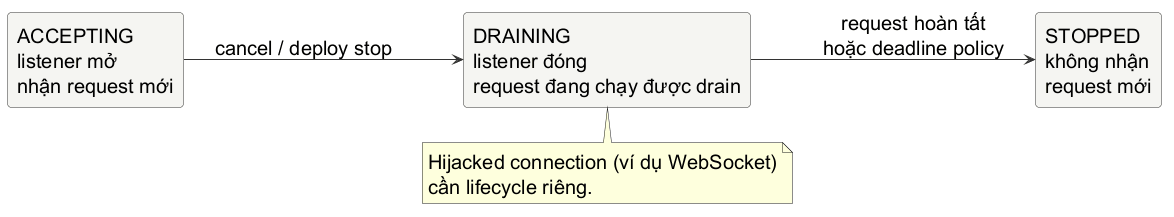
Before: assets/diagrams/http-service-lifecycle.png, a diagram exported from PlantUML (Minhlike/Golang).
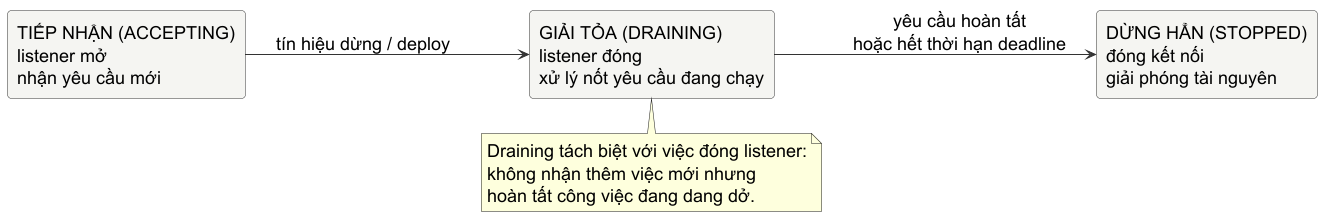
After the change.

Change to the diagram source:
```diff
@@ -2,7 +2,7 @@
 skinparam backgroundColor #FFFFFF
 skinparam shadowing false
 skinparam defaultFontName "Source Sans 3"
-skinparam defaultFontSize 20
+skinparam defaultFontSize 18
 skinparam rectangle {
   BackgroundColor #F5F5F2
   BorderColor #333333
@@ -12,15 +12,16 @@
 skinparam arrowColor #333333
 left to right direction
 
-rectangle "ACCEPTING\nlistener mở\nnhận request mới" as accepting
-rectangle "DRAINING\nlistener đóng\nrequest đang chạy được drain" as draining
-rectangle "STOPPED\nkhông nhận\nrequest mới" as stopped
+rectangle "TIẾP NHẬN (ACCEPTING)\nlistener mở\nnhận yêu cầu mới" as accepting
+rectangle "GIẢI TỎA (DRAINING)\nlistener đóng\nxử lý nốt yêu cầu đang chạy" as draining
+rectangle "DỪNG HẲN (STOPPED)\nđóng kết nối\ngiải phóng tài nguyên" as stopped
 
-accepting --> draining : cancel / deploy stop
-draining --> stopped : request hoàn tất\nhoặc deadline policy
+accepting --> draining : tín hiệu dừng / deploy
+draining --> stopped : yêu cầu hoàn tất\nhoặc hết thời hạn deadline
 
 note bottom of draining
-  Hijacked connection (ví dụ WebSocket)
-  cần lifecycle riêng.
+  Draining tách biệt với việc đóng listener:
+  không nhận thêm việc mới nhưng
+  hoàn tất công việc đang dang dở.
 end note
 @enduml
```
